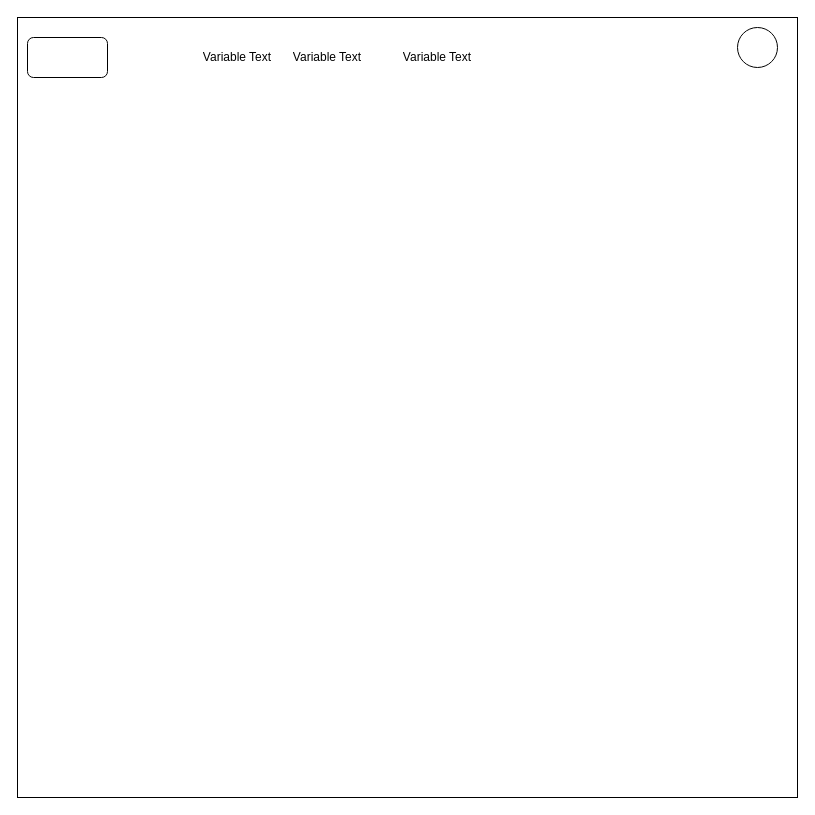
This is layout.drawio from mukundaonline/mukunda, a draw.io file, before an edit. Source tidied: cells renumbered, new cells numbered last; positions are measured from the earlier drawing's top-left corner, leaving out a move shared by most shapes. Both pictures are drawn from the tidied source at 100%, with x=0, y=0 at pixel (17, 17).
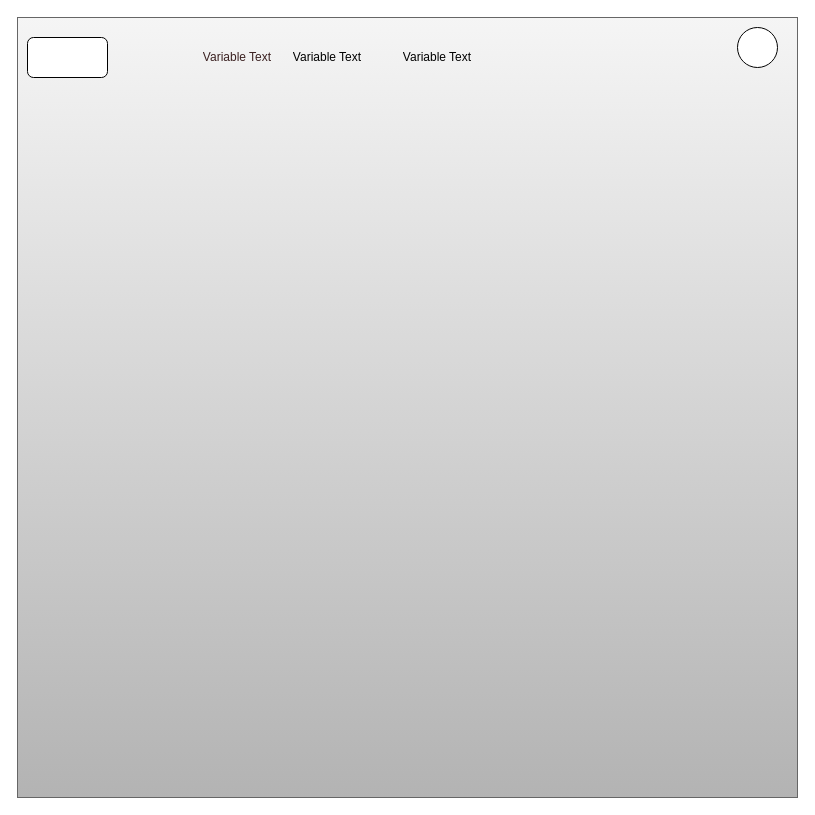
After the change.

Commit message (it also covers changes not shown here):
color inspiration

Change to the diagram source:
```diff
@@
 <mxGraphModel>
   <root>
     <mxCell id="0" />
     <mxCell id="1" parent="0" />
-    <mxCell id="2" style="whiteSpace=wrap;html=1;" parent="1" vertex="1">
+    <mxCell id="2" style="whiteSpace=wrap;html=1;fillColor=#f5f5f5;gradientColor=#b3b3b3;strokeColor=#666666;" parent="1" vertex="1">
       <mxGeometry width="780" height="780" as="geometry" />
     </mxCell>
     <mxCell id="3" style="rounded=1;whiteSpace=wrap;html=1;" parent="1" vertex="1">
       <mxGeometry x="10" y="20" width="80" height="40" as="geometry" />
     </mxCell>
     <mxCell id="4" style="ellipse;whiteSpace=wrap;html=1;" parent="1" vertex="1">
       <mxGeometry x="720" y="10" width="40" height="40" as="geometry" />
     </mxCell>
     <object id="5" label="%name% Text" name="Variable" placeholders="1">
-      <mxCell style="text;html=1;strokeColor=none;fillColor=none;align=center;verticalAlign=middle;whiteSpace=wrap;overflow=hidden;" parent="1" vertex="1">
+      <mxCell style="text;html=1;align=center;verticalAlign=middle;whiteSpace=wrap;overflow=hidden;fontColor=#3b2121;" parent="1" vertex="1">
         <mxGeometry x="180" y="30" width="80" height="20" as="geometry" />
       </mxCell>
     </object>
     <object id="6" label="%name% Text" name="Variable" placeholders="1">
       <mxCell style="text;html=1;strokeColor=none;fillColor=none;align=center;verticalAlign=middle;whiteSpace=wrap;overflow=hidden;" parent="1" vertex="1">
         <mxGeometry x="270" y="30" width="80" height="20" as="geometry" />
       </mxCell>
     </object>
     <object id="7" label="%name% Text" name="Variable" placeholders="1">
       <mxCell style="text;html=1;strokeColor=none;fillColor=none;align=center;verticalAlign=middle;whiteSpace=wrap;overflow=hidden;" parent="1" vertex="1">
         <mxGeometry x="380" y="30" width="80" height="20" as="geometry" />
       </mxCell>
     </object>
   </root>
 </mxGraphModel>
```
